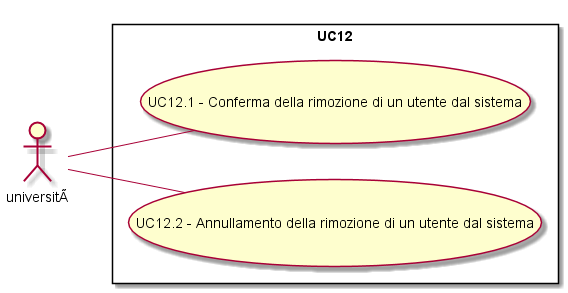
Before: Analisi dei requisiti/img/UC12.png, a diagram exported from PlantUML (SOS-SonsOfSwe/Marvin).
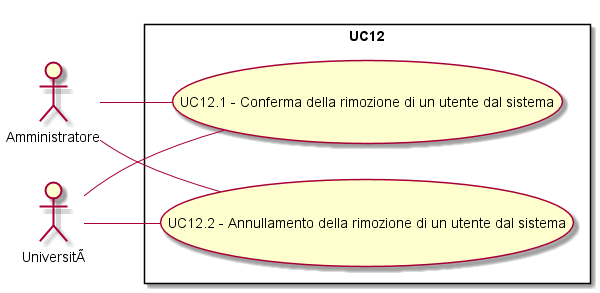
After the change.

The edit, as a diff of the source:
```diff
@@ -1,9 +1,12 @@
 @startuml
 left to right direction
 skinparam packageStyle rectangle
-actor università
+actor Amministratore
+actor Università
 rectangle UC12 {
-università -- (UC12.1 - Conferma della rimozione di un utente dal sistema)
-università -- (UC12.2 - Annullamento della rimozione di un utente dal sistema)
+Amministratore -- (UC12.1 - Conferma della rimozione di un utente dal sistema)
+Amministratore -- (UC12.2 - Annullamento della rimozione di un utente dal sistema)
+Università -- (UC12.1 - Conferma della rimozione di un utente dal sistema)
+Università -- (UC12.2 - Annullamento della rimozione di un utente dal sistema)
 }
 @enduml
```
